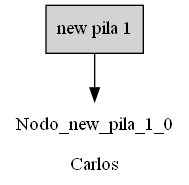
Before: Extras/ListaPilasCarlos.png, a diagram exported from Graphviz (Desconocido502/-EDD_2S-BatallaNaval_201902502). Its source is kept beside it as Extras/ListaPilasCarlos.dot. Its diagram source:
```dot
digraph G {
label="Carlos";
new_pila_1_0[shape=box, rankdir=UD, style=filled, label="new pila 1", pos="0,-0!"];
new_pila_1_0;

{rank=same;new_pila_1_0};
Nodo_new_pila_1_0[
	label=<
	<table border="1" cellborder="1" cellspacing="0">
		<tr><td bgcolor="yellow"><font color="#0000ff">X: 2, Y: 1</font></td></tr>
		<tr><td bgcolor="yellow"><font color="#0000ff">X: 3, Y: 4</font></td></tr>
		<tr><td bgcolor="yellow"><font color="#0000ff">X: 7, Y: 5</font></td></tr>
		<tr><td bgcolor="yellow"><font color="#0000ff">X: 1, Y: 4</font></td></tr>
	</table>>
    ,shape=plaintext];
new_pila_1_0->Nodo_new_pila_1_0;
}
```
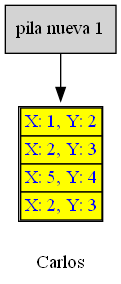
Later version of the same file.

Diff of the diagram source:
```diff
@@ -1,17 +1,17 @@
 digraph G {
-label="Carlos";
-new_pila_1_0[shape=box, rankdir=UD, style=filled, label="new pila 1", pos="0,-0!"];
-new_pila_1_0;
+label="
+Carlos";pila_nueva_1_0[shape=box, rankdir=UD, style=filled, label="pila nueva 1",pos="0,-0!"];
+pila_nueva_1_0;
 
-{rank=same;new_pila_1_0};
-Nodo_new_pila_1_0[
+{rank=same;pila_nueva_1_0};
+Nodo_pila_nueva_1_0[
 	label=<
 	<table border="1" cellborder="1" cellspacing="0">
-		<tr><td bgcolor="yellow"><font color="#0000ff">X: 2, Y: 1</font></td></tr>
-		<tr><td bgcolor="yellow"><font color="#0000ff">X: 3, Y: 4</font></td></tr>
-		<tr><td bgcolor="yellow"><font color="#0000ff">X: 7, Y: 5</font></td></tr>
-		<tr><td bgcolor="yellow"><font color="#0000ff">X: 1, Y: 4</font></td></tr>
+		<tr><td bgcolor="yellow"><font color="#0000ff">X: 1, Y: 2</font></td></tr>
+		<tr><td bgcolor="yellow"><font color="#0000ff">X: 2, Y: 3</font></td></tr>
+		<tr><td bgcolor="yellow"><font color="#0000ff">X: 5, Y: 4</font></td></tr>
+		<tr><td bgcolor="yellow"><font color="#0000ff">X: 2, Y: 3</font></td></tr>
 	</table>>
-    ,shape=plaintext];
-new_pila_1_0->Nodo_new_pila_1_0;
+ ,shape=plaintext];
+pila_nueva_1_0->Nodo_pila_nueva_1_0;
 }
```
